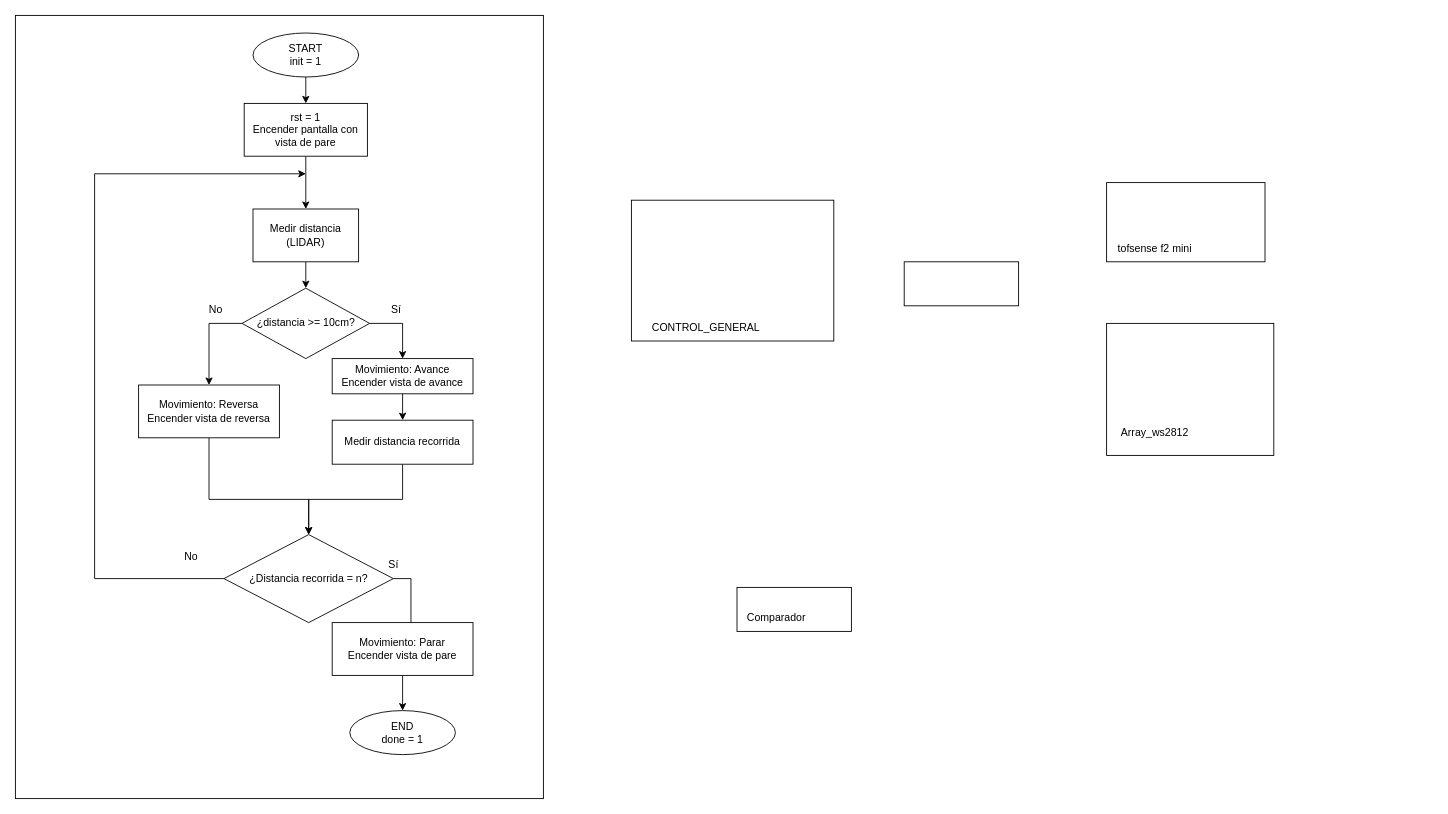
ALELOY257/snoopy-le-sabe keeps this draw.io diagram as Diagrama_Flujo_General.drawio. Above is the earlier version. Source tidied: cells renumbered, new cells numbered last; positions are measured from the earlier drawing's top-left corner, leaving out a move shared by most shapes. Both pictures are drawn from the tidied source at 88%, with x=0, y=0 at pixel (15, 15).
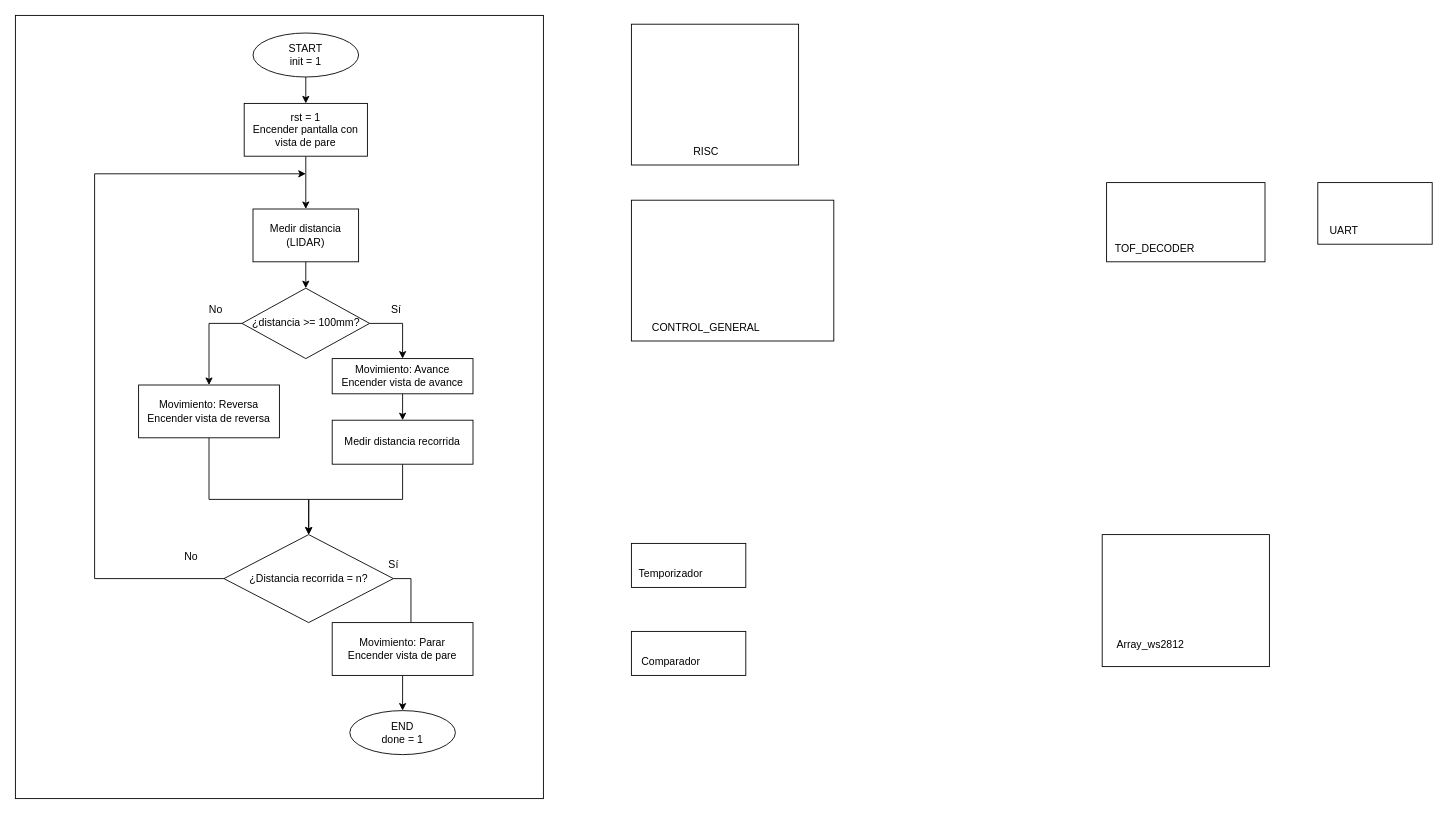
The same diagram, later.

Commit message (it also covers changes not shown here):
Se añade datasheet del sensor y archivo .io que contiene los diagramas del modulo encargado de determinar la distancia mínima

The edit, as a diff of the source:
```diff
@@
-    <mxCell id="9" value="¿distancia &amp;gt;= 10cm?" style="rhombus;whiteSpace=wrap;html=1;" parent="1" vertex="1">
+    <mxCell id="9" value="¿distancia &amp;gt;= 100mm?" style="rhombus;whiteSpace=wrap;html=1;" parent="1" vertex="1">
       <mxGeometry x="257.5" y="310" width="145" height="80" as="geometry" />
     </mxCell>
@@
     <mxCell id="24" style="rounded=0;whiteSpace=wrap;html=1;" parent="1" vertex="1">
-      <mxGeometry x="1240" y="350" width="190" height="150" as="geometry" />
+      <mxGeometry x="1235" y="590" width="190" height="150" as="geometry" />
     </mxCell>
     <mxCell id="25" value="Array_ws2812" style="text;html=1;whiteSpace=wrap;strokeColor=none;fillColor=none;align=center;verticalAlign=middle;rounded=0;" parent="1" vertex="1">
-      <mxGeometry x="1250" y="460" width="90" height="30" as="geometry" />
+      <mxGeometry x="1245" y="700" width="90" height="30" as="geometry" />
     </mxCell>
@@
     <mxCell id="27" style="rounded=0;whiteSpace=wrap;html=1;" parent="1" vertex="1">
-      <mxGeometry x="820" y="650" width="130" height="50" as="geometry" />
+      <mxGeometry x="700" y="700" width="130" height="50" as="geometry" />
     </mxCell>
     <mxCell id="28" value="Comparador" style="text;html=1;whiteSpace=wrap;strokeColor=none;fillColor=none;align=center;verticalAlign=middle;rounded=0;" parent="1" vertex="1">
-      <mxGeometry x="820" y="670" width="90" height="30" as="geometry" />
+      <mxGeometry x="700" y="720" width="90" height="30" as="geometry" />
     </mxCell>
@@
-    <mxCell id="31" value="tofsense f2 mini" style="text;html=1;whiteSpace=wrap;strokeColor=none;fillColor=none;align=center;verticalAlign=middle;rounded=0;" parent="1" vertex="1">
+    <mxCell id="31" value="TOF_DECODER" style="text;html=1;whiteSpace=wrap;strokeColor=none;fillColor=none;align=center;verticalAlign=middle;rounded=0;" parent="1" vertex="1">
       <mxGeometry x="1250" y="250" width="90" height="30" as="geometry" />
     </mxCell>
@@
     <mxCell id="34" style="rounded=0;whiteSpace=wrap;html=1;" parent="1" vertex="1">
-      <mxGeometry x="1010" y="280" width="130" height="50" as="geometry" />
+      <mxGeometry x="1480" y="190" width="130" height="70" as="geometry" />
     </mxCell>
@@
+    <mxCell id="37" style="rounded=0;whiteSpace=wrap;html=1;" parent="1" vertex="1">
+      <mxGeometry x="700" y="600" width="130" height="50" as="geometry" />
+    </mxCell>
+    <mxCell id="38" value="Temporizador" style="text;html=1;whiteSpace=wrap;strokeColor=none;fillColor=none;align=center;verticalAlign=middle;rounded=0;" parent="1" vertex="1">
+      <mxGeometry x="700" y="620" width="90" height="30" as="geometry" />
+    </mxCell>
+    <mxCell id="39" value="UART" style="text;html=1;whiteSpace=wrap;strokeColor=none;fillColor=none;align=center;verticalAlign=middle;rounded=0;" parent="1" vertex="1">
+      <mxGeometry x="1480" y="230" width="60" height="30" as="geometry" />
+    </mxCell>
+    <mxCell id="40" style="rounded=0;whiteSpace=wrap;html=1;" parent="1" vertex="1">
+      <mxGeometry x="700" y="10" width="190" height="160" as="geometry" />
+    </mxCell>
+    <mxCell id="41" value="RISC" style="text;html=1;whiteSpace=wrap;strokeColor=none;fillColor=none;align=center;verticalAlign=middle;rounded=0;" parent="1" vertex="1">
+      <mxGeometry x="700" y="140" width="170" height="30" as="geometry" />
+    </mxCell>
```
